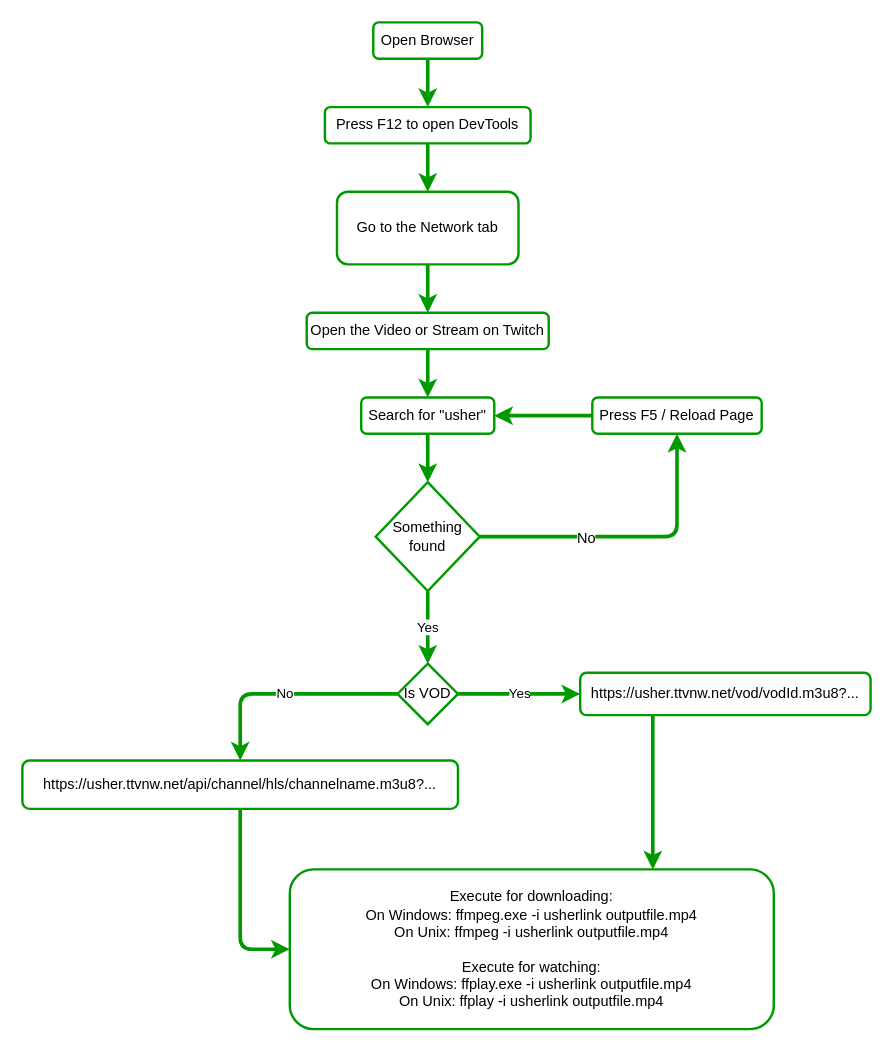
Wissididom/TwitchLiveDownloader keeps this draw.io diagram as workflow.drawio. Above is the earlier version. Source tidied: cells renumbered, new cells numbered last; positions are measured from the earlier drawing's top-left corner, leaving out a move shared by most shapes. Both pictures are drawn from the tidied source at 121%, with x=0, y=0 at pixel (22, 22).
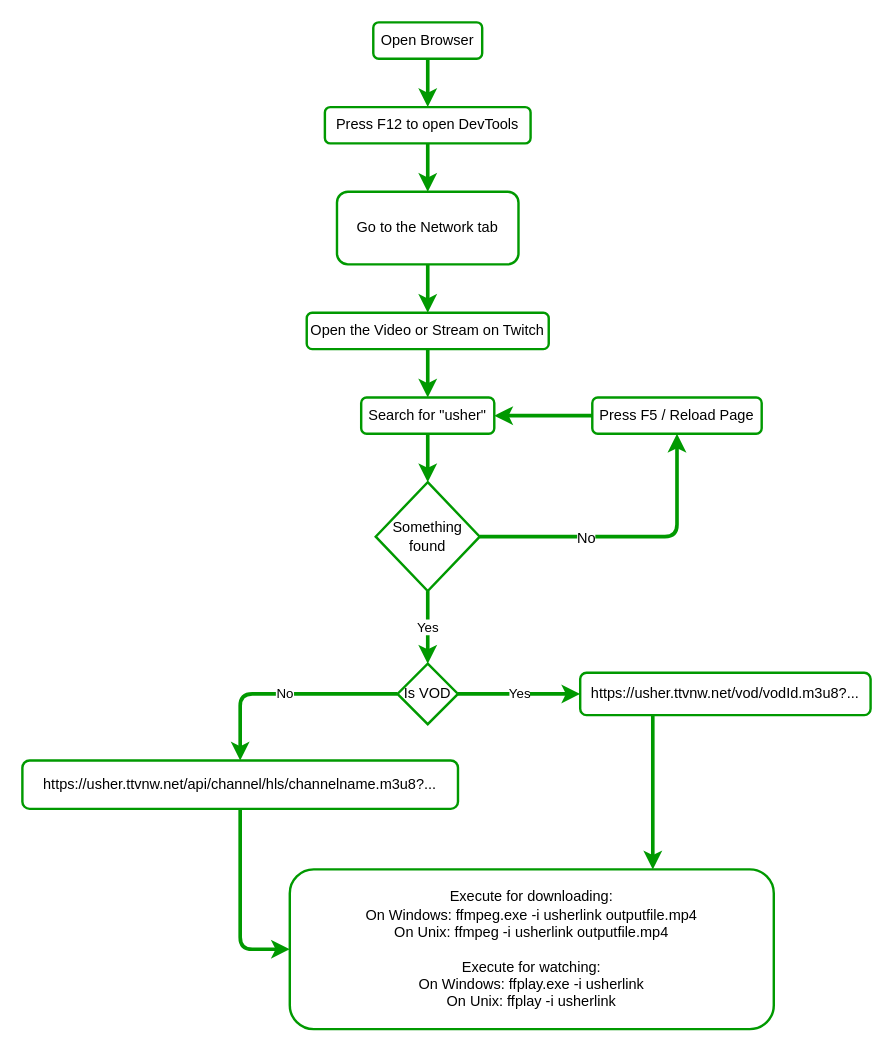
Above is the later version.

Diff of the diagram source:
```diff
@@
-    <mxCell id="23" value="Execute for downloading:&lt;br&gt;On Windows: ffmpeg.exe -i usherlink outputfile.mp4&lt;br&gt;On Unix: ffmpeg -i usherlink outputfile.mp4&lt;br&gt;&lt;br&gt;Execute for watching:&lt;br&gt;On Windows: ffplay.exe -i usherlink outputfile.mp4&lt;br&gt;On Unix: ffplay -i usherlink outputfile.mp4" style="rounded=1;whiteSpace=wrap;html=1;strokeColor=#009900;strokeWidth=2;" parent="1" vertex="1">
+    <mxCell id="23" value="Execute for downloading:&lt;br&gt;On Windows: ffmpeg.exe -i usherlink outputfile.mp4&lt;br&gt;On Unix: ffmpeg -i usherlink outputfile.mp4&lt;br&gt;&lt;br&gt;Execute for watching:&lt;br&gt;On Windows: ffplay.exe -i usherlink&lt;br&gt;On Unix: ffplay -i usherlink" style="rounded=1;whiteSpace=wrap;html=1;strokeColor=#009900;strokeWidth=2;" parent="1" vertex="1">
       <mxGeometry x="221" y="700" width="400" height="132" as="geometry" />
     </mxCell>
```
